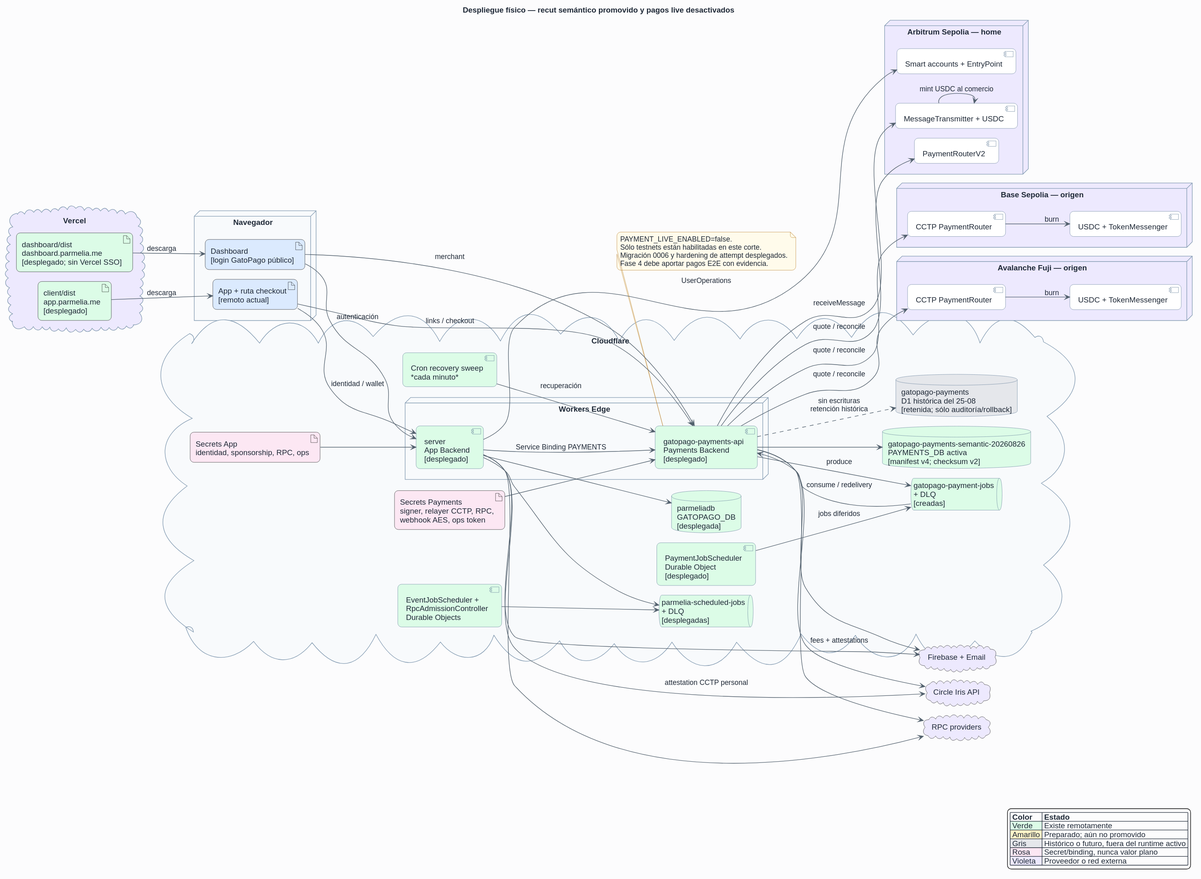
This is docs/architecture/rendered/08-despliegue-fase-2-1.svg from danelerr/parmelia-links, a PlantUML export, as it was before one commit.
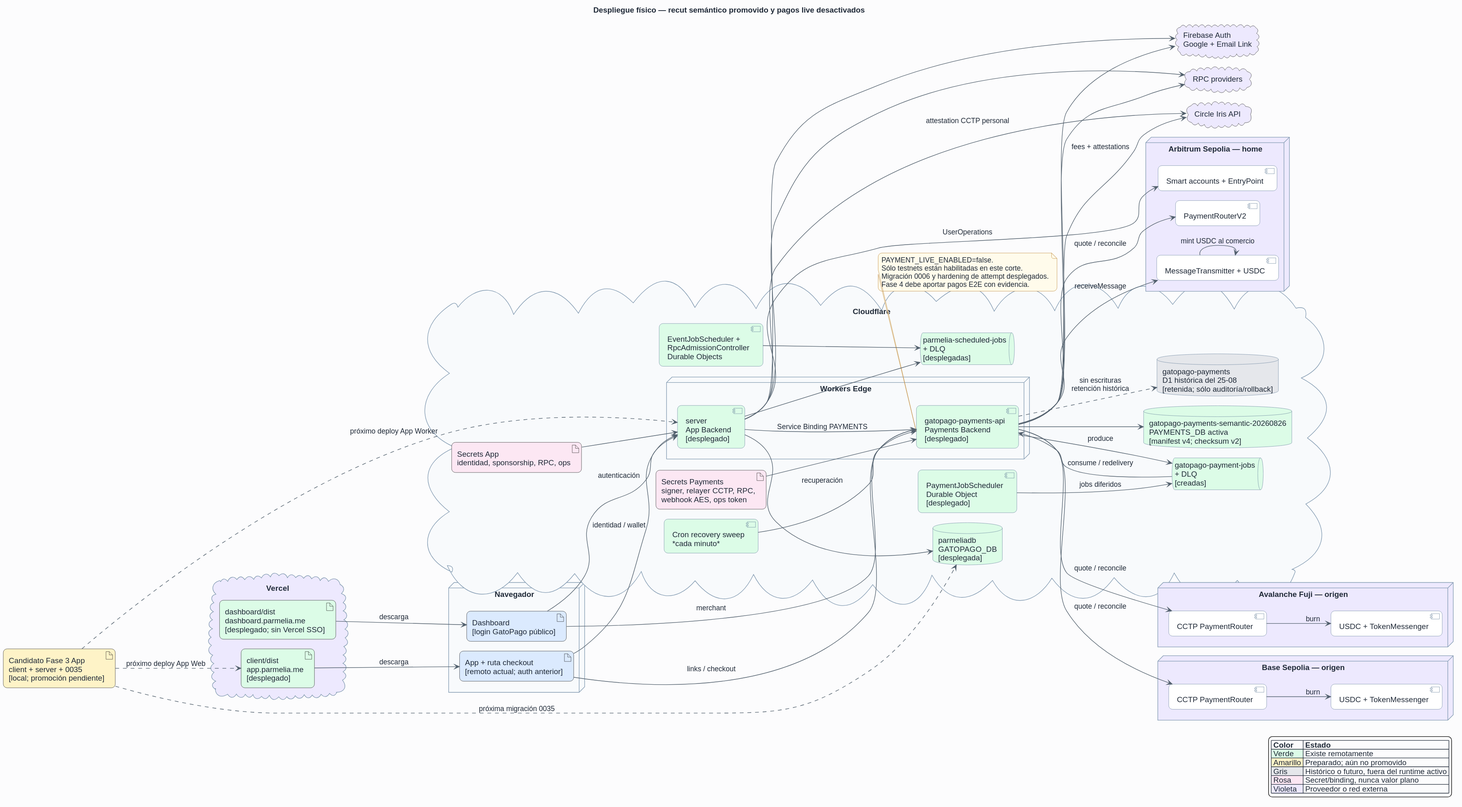
Later version of the same file.

Diff of the diagram source:
```diff
@@ -6,7 +6,7 @@
 skinparam linetype ortho
 
 node "Navegador" as browser {
-  artifact "App + ruta checkout\n[remoto actual]" as app_web COLOR_WEB
+  artifact "App + ruta checkout\n[remoto actual; auth anterior]" as app_web COLOR_WEB
   artifact "Dashboard\n[login GatoPago público]" as dashboard_web COLOR_WEB
 }
 
@@ -35,9 +35,10 @@
   artifact "Secrets Payments\nsigner, relayer CCTP, RPC,\nwebhook AES, ops token" as payments_secrets COLOR_DATA
 }
 
-cloud "Firebase + Email" as identity COLOR_EXTERNAL
+cloud "Firebase Auth\nGoogle + Email Link" as identity COLOR_EXTERNAL
 cloud "RPC providers" as rpc COLOR_EXTERNAL
 cloud "Circle Iris API" as circle COLOR_EXTERNAL
+artifact "Candidato Fase 3 App\nclient + server + 0035\n[local; promoción pendiente]" as phase3_candidate COLOR_READY
 
 node "Arbitrum Sepolia — home" as arbitrum COLOR_EXTERNAL {
   component "Smart accounts + EntryPoint" as accounts
@@ -92,6 +93,10 @@
 payments_worker --> arb_cctp : receiveMessage
 arb_cctp --> arb_cctp : mint USDC al comercio
 
+phase3_candidate ..> client_dist : próximo deploy App Web
+phase3_candidate ..> app_worker : próximo deploy App Worker
+phase3_candidate ..> app_d1 : próxima migración 0035
+
 note bottom of payments_worker
   PAYMENT_LIVE_ENABLED=false.
   Sólo testnets están habilitadas en este corte.
```
